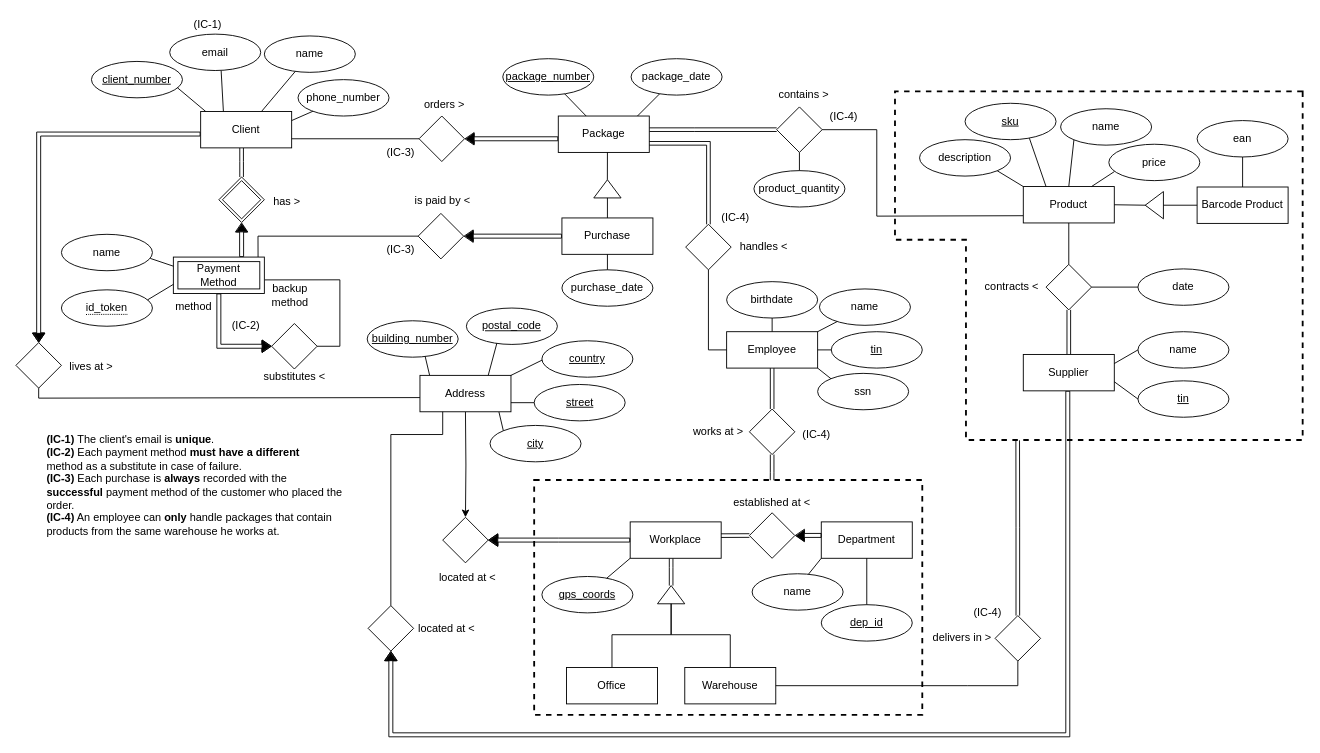
Earlier version of the draw.io diagram page "Project" (3 of 3) of domain/domain.drawio (iquelli/Ecommerce-BD). Source tidied: cells renumbered, new cells numbered last; positions are measured from the earlier drawing's top-left corner, leaving out a move shared by most shapes. Both pictures are drawn from the tidied source at 91%, with x=0, y=0 at pixel (15, 15).
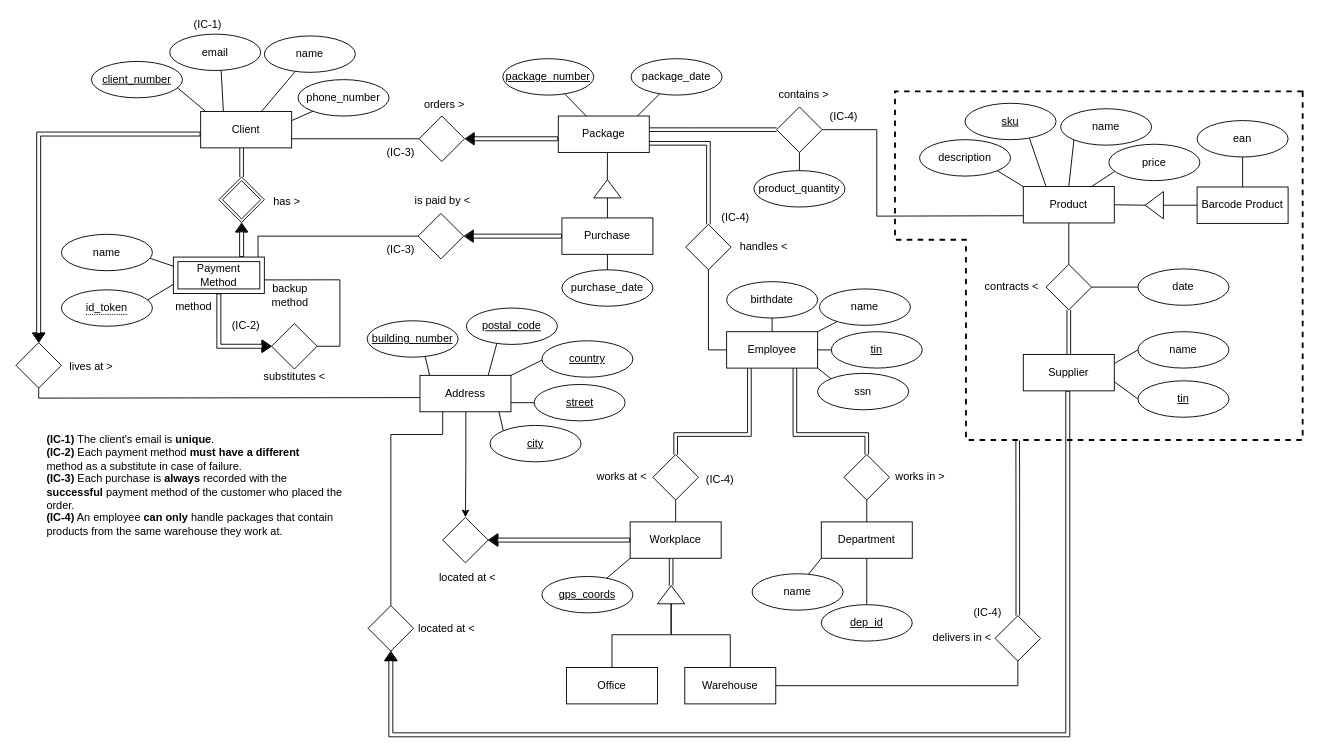
The same diagram, later.

Unchanged cells that the change refers to:
```xml
<mxCell id="25" value="Employee" style="whiteSpace=wrap;html=1;align=center;labelBackgroundColor=none;" parent="1" vertex="1">
  <mxGeometry x="781" y="347" width="100" height="40" as="geometry" />
</mxCell>
<mxCell id="34" value="Department" style="whiteSpace=wrap;html=1;align=center;labelBackgroundColor=none;" parent="1" vertex="1">
  <mxGeometry x="885" y="556" width="100" height="40" as="geometry" />
</mxCell>
<mxCell id="36" value="Workplace" style="whiteSpace=wrap;html=1;align=center;labelBackgroundColor=none;" parent="1" vertex="1">
  <mxGeometry x="675" y="556" width="100" height="40" as="geometry" />
</mxCell>
<mxCell id="38" value="Address" style="whiteSpace=wrap;html=1;align=center;labelBackgroundColor=none;" parent="1" vertex="1">
  <mxGeometry x="444" y="395" width="100" height="40" as="geometry" />
</mxCell>
<mxCell id="86" style="shape=rhombus;perimeter=rhombusPerimeter;whiteSpace=wrap;html=1;align=center;labelBackgroundColor=none;" parent="1" vertex="1">
  <mxGeometry x="469" y="551" width="50" height="50" as="geometry" />
</mxCell>
```

What changed in the source:
```diff
@@
-    <mxCell id="2" style="rounded=0;whiteSpace=wrap;html=1;fillColor=none;dashed=1;strokeWidth=2;" parent="1" vertex="1">
-      <mxGeometry x="569.5" y="510" width="426.5" height="258" as="geometry" />
-    </mxCell>
@@
-    <mxCell id="24" style="edgeStyle=orthogonalEdgeStyle;rounded=0;jettySize=auto;html=1;entryX=0.5;entryY=0;entryDx=0;entryDy=0;shape=link;" parent="1" edge="1" source="25" target="113">
-      <mxGeometry relative="1" as="geometry" />
+    <mxCell id="24" style="edgeStyle=orthogonalEdgeStyle;rounded=0;jettySize=auto;html=1;exitX=0.25;exitY=1;exitDx=0;exitDy=0;entryX=0.5;entryY=0;entryDx=0;entryDy=0;shape=link;" parent="1" edge="1" source="25" target="113">
+      <mxGeometry relative="1" as="geometry">
+        <Array as="points">
+          <mxPoint x="806" y="460" />
+          <mxPoint x="725" y="460" />
+        </Array>
+      </mxGeometry>
     </mxCell>
+    <mxCell id="161" style="edgeStyle=orthogonalEdgeStyle;rounded=0;jettySize=auto;html=1;entryX=0.5;entryY=0;entryDx=0;entryDy=0;exitX=0.75;exitY=1;exitDx=0;exitDy=0;shape=link;" parent="1" edge="1" source="25" target="163">
+      <mxGeometry relative="1" as="geometry">
+        <Array as="points">
+          <mxPoint x="856" y="460" />
+          <mxPoint x="935" y="460" />
+        </Array>
+      </mxGeometry>
+    </mxCell>
@@
-    <mxCell id="37" style="edgeStyle=orthogonalEdgeStyle;rounded=0;jettySize=auto;html=1;exitX=0.75;exitY=1;exitDx=0;exitDy=0;entryX=0.5;entryY=0;entryDx=0;entryDy=0;" parent="1" edge="1" target="86">
-      <mxGeometry relative="1" as="geometry">
-        <mxPoint x="494" y="435" as="sourcePoint" />
-      </mxGeometry>
+    <mxCell id="37" style="edgeStyle=orthogonalEdgeStyle;rounded=0;jettySize=auto;html=1;exitX=0.504;exitY=1.001;exitDx=0;exitDy=0;entryX=0.5;entryY=0;entryDx=0;entryDy=0;exitPerimeter=0;" parent="1" edge="1" source="38" target="86">
+      <mxGeometry relative="1" as="geometry" />
     </mxCell>
@@
-    <mxCell id="78" style="shape=rhombus;perimeter=rhombusPerimeter;whiteSpace=wrap;html=1;align=center;labelBackgroundColor=none;" parent="1" vertex="1">
-      <mxGeometry x="806" y="546" width="50" height="50" as="geometry" />
-    </mxCell>
-    <mxCell id="79" value="&lt;div align=&quot;left&quot;&gt;&lt;div style=&quot;&quot;&gt;&lt;font style=&quot;font-size: 12px;&quot;&gt;&lt;b&gt;(IC-1) &lt;/b&gt;The client's email is &lt;b&gt;unique&lt;/b&gt;.&lt;br&gt;&lt;/font&gt;&lt;/div&gt;&lt;/div&gt;&lt;div align=&quot;left&quot;&gt;&lt;b style=&quot;background-color: initial;&quot;&gt;(IC-2)&lt;/b&gt;&lt;span style=&quot;background-color: initial;&quot;&gt; Each payment method &lt;/span&gt;&lt;b style=&quot;background-color: initial;&quot;&gt;must have a different&lt;/b&gt;&lt;br&gt;&lt;/div&gt;&lt;div align=&quot;left&quot;&gt;&lt;font style=&quot;font-size: 12px;&quot;&gt;method as a substitute in case of failure.&lt;br&gt;&lt;/font&gt;&lt;/div&gt;&lt;div align=&quot;left&quot;&gt;&lt;font style=&quot;font-size: 12px;&quot;&gt;&lt;b&gt;(IC-3) &lt;/b&gt;Each purchase is &lt;b&gt;always&lt;/b&gt; recorded with the &lt;b&gt;successful&lt;/b&gt; payment method of the customer who placed the order.&amp;nbsp;&lt;/font&gt;&lt;/div&gt;&lt;div align=&quot;left&quot;&gt;&lt;font style=&quot;font-size: 12px;&quot;&gt;&lt;b&gt;(IC-4)&lt;/b&gt; An employee can &lt;b&gt;only&lt;/b&gt; handle packages that contain products from the same warehouse he works at.&lt;br&gt;&lt;/font&gt;&lt;/div&gt;" style="text;html=1;strokeColor=none;fillColor=none;align=left;verticalAlign=top;whiteSpace=wrap;rounded=0;labelBackgroundColor=none;" parent="1" vertex="1">
+    <mxCell id="79" value="&lt;div align=&quot;left&quot;&gt;&lt;div style=&quot;&quot;&gt;&lt;font style=&quot;font-size: 12px;&quot;&gt;&lt;b&gt;(IC-1) &lt;/b&gt;The client's email is &lt;b&gt;unique&lt;/b&gt;.&lt;br&gt;&lt;/font&gt;&lt;/div&gt;&lt;/div&gt;&lt;div align=&quot;left&quot;&gt;&lt;b style=&quot;background-color: initial;&quot;&gt;(IC-2)&lt;/b&gt;&lt;span style=&quot;background-color: initial;&quot;&gt; Each payment method &lt;/span&gt;&lt;b style=&quot;background-color: initial;&quot;&gt;must have a different&lt;/b&gt;&lt;br&gt;&lt;/div&gt;&lt;div align=&quot;left&quot;&gt;&lt;font style=&quot;font-size: 12px;&quot;&gt;method as a substitute in case of failure.&lt;br&gt;&lt;/font&gt;&lt;/div&gt;&lt;div align=&quot;left&quot;&gt;&lt;font style=&quot;font-size: 12px;&quot;&gt;&lt;b&gt;(IC-3) &lt;/b&gt;Each purchase is &lt;b&gt;always&lt;/b&gt; recorded with the &lt;b&gt;successful&lt;/b&gt; payment method of the customer who placed the order.&amp;nbsp;&lt;/font&gt;&lt;/div&gt;&lt;div align=&quot;left&quot;&gt;&lt;font style=&quot;font-size: 12px;&quot;&gt;&lt;b&gt;(IC-4)&lt;/b&gt; An employee &lt;b&gt;can&lt;/b&gt; &lt;b&gt;only&lt;/b&gt; handle packages that contain products from the same warehouse they work at.&lt;br&gt;&lt;/font&gt;&lt;/div&gt;" style="text;html=1;strokeColor=none;fillColor=none;align=left;verticalAlign=top;whiteSpace=wrap;rounded=0;labelBackgroundColor=none;" parent="1" vertex="1">
       <mxGeometry x="32" y="452" width="327" height="144" as="geometry" />
     </mxCell>
@@
-    <mxCell id="83" value="delivers in &amp;gt;" style="text;html=1;strokeColor=none;fillColor=none;align=center;verticalAlign=middle;whiteSpace=wrap;rounded=0;labelBackgroundColor=none;rotation=0;" parent="1" vertex="1">
+    <mxCell id="83" value="delivers in &amp;lt;" style="text;html=1;strokeColor=none;fillColor=none;align=center;verticalAlign=middle;whiteSpace=wrap;rounded=0;labelBackgroundColor=none;rotation=0;" parent="1" vertex="1">
       <mxGeometry x="1000" y="668" width="80" height="30" as="geometry" />
     </mxCell>
@@
-    <mxCell id="100" value="works at &amp;gt;" style="text;html=1;strokeColor=none;fillColor=none;align=center;verticalAlign=middle;whiteSpace=wrap;rounded=0;labelBackgroundColor=none;rotation=0;" parent="1" vertex="1">
-      <mxGeometry x="738" y="442" width="68" height="30" as="geometry" />
+    <mxCell id="100" value="works at &amp;lt;" style="text;html=1;strokeColor=none;fillColor=none;align=center;verticalAlign=middle;whiteSpace=wrap;rounded=0;labelBackgroundColor=none;rotation=0;" parent="1" vertex="1">
+      <mxGeometry x="632" y="492" width="68" height="30" as="geometry" />
     </mxCell>
@@
-    <mxCell id="111" style="endArrow=none;html=1;rounded=0;exitX=0.999;exitY=0.378;exitDx=0;exitDy=0;exitPerimeter=0;entryX=0;entryY=0.5;entryDx=0;entryDy=0;shape=link;" parent="1" edge="1" source="36" target="78">
-      <mxGeometry relative="1" as="geometry" />
-    </mxCell>
-    <mxCell id="112" style="edgeStyle=orthogonalEdgeStyle;rounded=0;jettySize=auto;html=1;entryX=0.613;entryY=0.001;entryDx=0;entryDy=0;entryPerimeter=0;shape=link;" parent="1" edge="1" source="113" target="2">
-      <mxGeometry relative="1" as="geometry" />
-    </mxCell>
     <mxCell id="113" style="shape=rhombus;perimeter=rhombusPerimeter;whiteSpace=wrap;html=1;align=center;labelBackgroundColor=none;" parent="1" vertex="1">
-      <mxGeometry x="806" y="432" width="50" height="50" as="geometry" />
+      <mxGeometry x="700" y="482" width="50" height="50" as="geometry" />
     </mxCell>
-    <mxCell id="114" value="established at &amp;lt;" style="text;html=1;strokeColor=none;fillColor=none;align=center;verticalAlign=middle;whiteSpace=wrap;rounded=0;labelBackgroundColor=none;rotation=0;" parent="1" vertex="1">
-      <mxGeometry x="779" y="520" width="104" height="30" as="geometry" />
-    </mxCell>
@@
     <mxCell id="128" value="&lt;div&gt;&lt;font style=&quot;font-weight: normal; font-size: 12px;&quot;&gt;(IC-4)&lt;/font&gt;&lt;/div&gt;" style="text;html=1;strokeColor=none;fillColor=none;align=center;verticalAlign=middle;whiteSpace=wrap;rounded=0;labelBackgroundColor=none;fontStyle=1;" parent="1" vertex="1">
-      <mxGeometry x="855" y="450" width="50" height="20" as="geometry" />
+      <mxGeometry x="749" y="500" width="50" height="20" as="geometry" />
     </mxCell>
@@
-    <mxCell id="131" style="triangle;whiteSpace=wrap;html=1;direction=west;fillStyle=solid;fillColor=#000000;" parent="1" vertex="1">
-      <mxGeometry x="857.7" y="565.3" width="8.6" height="12" as="geometry" />
-    </mxCell>
-    <mxCell id="132" style="edgeStyle=orthogonalEdgeStyle;rounded=0;jettySize=auto;html=1;entryX=1;entryY=0.5;entryDx=0;entryDy=0;shape=flexArrow;startSize=3;endSize=3;strokeWidth=1;endWidth=8.29861111111111;width=4.375;labelBackgroundColor=none;fontColor=default;spacing=2;exitX=0.003;exitY=0.372;exitDx=0;exitDy=0;exitPerimeter=0;" parent="1" edge="1" source="34" target="78">
-      <mxGeometry relative="1" as="geometry" />
-    </mxCell>
@@
+    <mxCell id="162" value="works in &amp;gt;" style="text;html=1;strokeColor=none;fillColor=none;align=center;verticalAlign=middle;whiteSpace=wrap;rounded=0;labelBackgroundColor=none;rotation=0;" parent="1" vertex="1">
+      <mxGeometry x="960" y="492" width="68" height="30" as="geometry" />
+    </mxCell>
+    <mxCell id="163" style="shape=rhombus;perimeter=rhombusPerimeter;whiteSpace=wrap;html=1;align=center;labelBackgroundColor=none;" parent="1" vertex="1">
+      <mxGeometry x="910" y="482" width="50" height="50" as="geometry" />
+    </mxCell>
+    <mxCell id="164" style="endArrow=none;html=1;rounded=0;exitX=0.5;exitY=1;exitDx=0;exitDy=0;entryX=0.5;entryY=0;entryDx=0;entryDy=0;" parent="1" edge="1" source="113" target="36">
+      <mxGeometry relative="1" as="geometry" />
+    </mxCell>
+    <mxCell id="165" style="endArrow=none;html=1;rounded=0;entryX=0.5;entryY=1;entryDx=0;entryDy=0;exitX=0.5;exitY=0;exitDx=0;exitDy=0;" parent="1" edge="1" source="34" target="163">
+      <mxGeometry relative="1" as="geometry" />
+    </mxCell>
```
